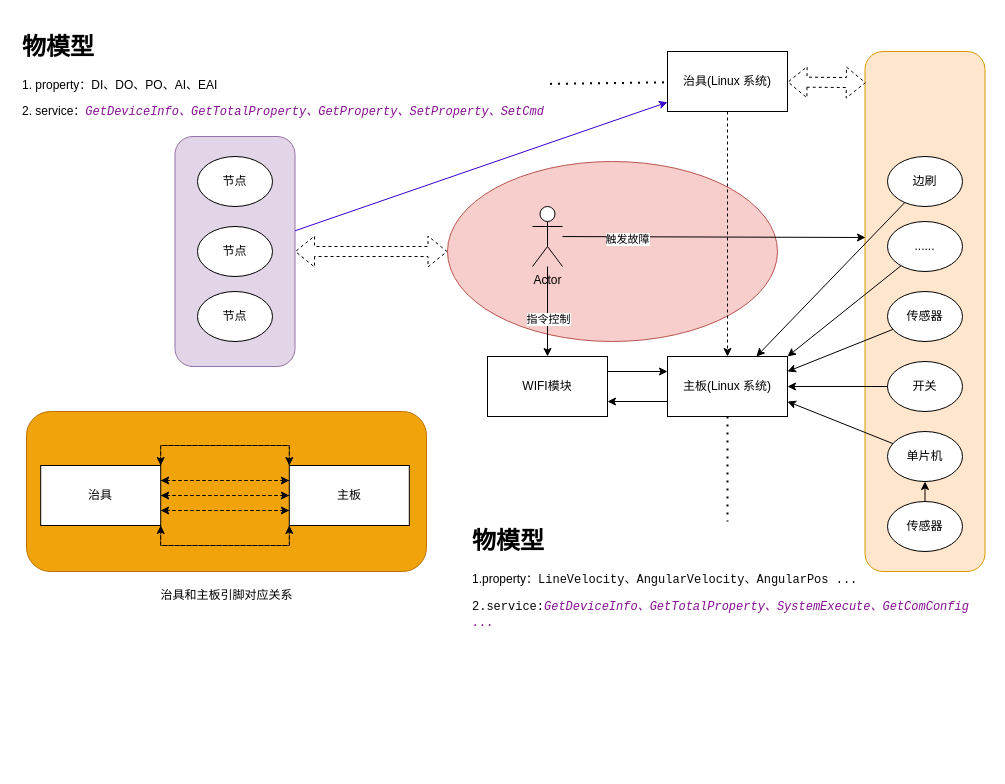
The draw.io diagram 主板检流程.drawio in Grapeskin/draw-warehouse, before the edit. Source tidied: cells renumbered, new cells numbered last; positions are measured from the earlier drawing's top-left corner, leaving out a move shared by most shapes. Both pictures are drawn from the tidied source at 100%, with x=0, y=0 at pixel (17, 27).
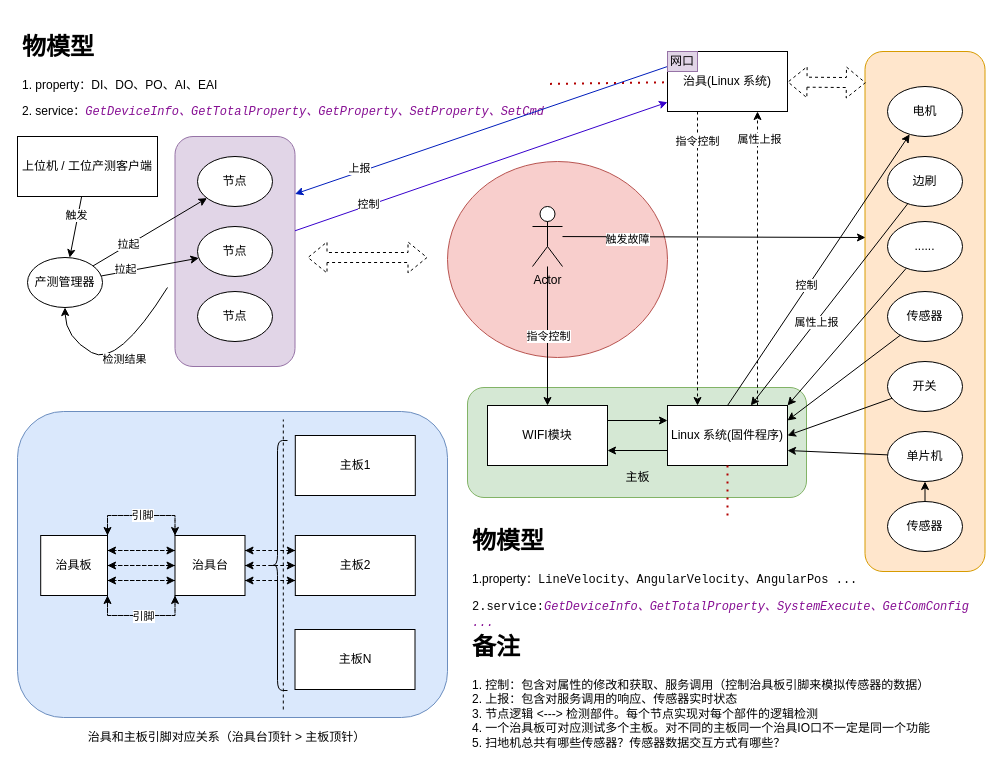
The same page after the edit.

Commit message:
feat: 主板检流程梳理

The change refers to these unchanged cells:
```xml
<mxCell id="3" style="rounded=1;whiteSpace=wrap;html=1;fillColor=#e1d5e7;strokeColor=#9673a6;" parent="1" vertex="1">
  <mxGeometry x="157.5" y="109" width="120" height="230" as="geometry" />
</mxCell>
<mxCell id="8" value="治具(Linux 系统)" style="rounded=0;whiteSpace=wrap;html=1;" parent="1" vertex="1">
  <mxGeometry x="650" y="24" width="120" height="60" as="geometry" />
</mxCell>
<mxCell id="9" value="节点" style="ellipse;whiteSpace=wrap;html=1;" parent="1" vertex="1">
  <mxGeometry x="180" y="129" width="75" height="50" as="geometry" />
</mxCell>
<mxCell id="10" value="节点" style="ellipse;whiteSpace=wrap;html=1;" parent="1" vertex="1">
  <mxGeometry x="180" y="199" width="75" height="50" as="geometry" />
</mxCell>
<mxCell id="12" value="&lt;h1&gt;物模型&lt;/h1&gt;&lt;p&gt;1. property：DI、DO、PO、AI、EAI&lt;/p&gt;&lt;p&gt;2. service：&lt;span style=&quot;color: rgb(135 , 16 , 148) ; font-style: italic ; background-color: rgb(255 , 255 , 255) ; font-family: &amp;#34;jetbrains mono&amp;#34; , monospace ; font-size: 9pt&quot;&gt;GetDeviceInfo、&lt;/span&gt;&lt;span style=&quot;color: rgb(135 , 16 , 148) ; font-style: italic ; background-color: rgb(255 , 255 , 255) ; font-family: &amp;#34;jetbrains mono&amp;#34; , monospace ; font-size: 9pt&quot;&gt;GetTotalProperty、&lt;/span&gt;&lt;span style=&quot;color: rgb(135 , 16 , 148) ; font-style: italic ; background-color: rgb(255 , 255 , 255) ; font-family: &amp;#34;jetbrains mono&amp;#34; , monospace ; font-size: 9pt&quot;&gt;GetProperty、&lt;/span&gt;&lt;span style=&quot;color: rgb(135 , 16 , 148) ; font-style: italic ; background-color: rgb(255 , 255 , 255) ; font-family: &amp;#34;jetbrains mono&amp;#34; , monospace ; font-size: 9pt&quot;&gt;SetProperty、&lt;/span&gt;&lt;span style=&quot;color: rgb(135 , 16 , 148) ; font-style: italic ; background-color: rgb(255 , 255 , 255) ; font-family: &amp;#34;jetbrains mono&amp;#34; , monospace ; font-size: 9pt&quot;&gt;SetCmd&lt;/span&gt;&lt;/p&gt;" style="text;html=1;strokeColor=none;fillColor=none;spacing=5;spacingTop=-20;whiteSpace=wrap;overflow=hidden;rounded=0;" parent="1" vertex="1">
  <mxGeometry width="532.5" height="120" as="geometry" />
</mxCell>
<mxCell id="14" value="&lt;h1&gt;物模型&lt;/h1&gt;&lt;p&gt;1.property：&lt;span style=&quot;background-color: rgb(255 , 255 , 255) ; color: rgb(8 , 8 , 8) ; font-family: &amp;#34;jetbrains mono&amp;#34; , monospace ; font-size: 9pt&quot;&gt;LineVelocity、&lt;/span&gt;&lt;span style=&quot;background-color: rgb(255 , 255 , 255) ; color: rgb(8 , 8 , 8) ; font-family: &amp;#34;jetbrains mono&amp;#34; , monospace ; font-size: 9pt&quot;&gt;AngularVelocity、&lt;/span&gt;&lt;span style=&quot;background-color: rgb(255 , 255 , 255) ; color: rgb(8 , 8 , 8) ; font-family: &amp;#34;jetbrains mono&amp;#34; , monospace ; font-size: 9pt&quot;&gt;AngularPos ...&lt;/span&gt;&lt;/p&gt;&lt;p&gt;&lt;span style=&quot;background-color: rgb(255 , 255 , 255) ; color: rgb(8 , 8 , 8) ; font-family: &amp;#34;jetbrains mono&amp;#34; , monospace ; font-size: 9pt&quot;&gt;2.service:&lt;/span&gt;&lt;span style=&quot;color: rgb(135 , 16 , 148) ; font-style: italic ; background-color: rgb(255 , 255 , 255) ; font-family: &amp;#34;jetbrains mono&amp;#34; , monospace ; font-size: 9pt&quot;&gt;GetDeviceInfo、&lt;/span&gt;&lt;span style=&quot;color: rgb(135 , 16 , 148) ; font-style: italic ; background-color: rgb(255 , 255 , 255) ; font-family: &amp;#34;jetbrains mono&amp;#34; , monospace ; font-size: 9pt&quot;&gt;GetTotalProperty、&lt;/span&gt;&lt;span style=&quot;color: rgb(135 , 16 , 148) ; font-style: italic ; background-color: rgb(255 , 255 , 255) ; font-family: &amp;#34;jetbrains mono&amp;#34; , monospace ; font-size: 9pt&quot;&gt;SystemExecute、&lt;/span&gt;&lt;span style=&quot;color: rgb(135 , 16 , 148) ; font-style: italic ; background-color: rgb(255 , 255 , 255) ; font-family: &amp;#34;jetbrains mono&amp;#34; , monospace ; font-size: 9pt&quot;&gt;GetComConfig ...&lt;/span&gt;&lt;/p&gt;" style="text;html=1;strokeColor=none;fillColor=none;spacing=5;spacingTop=-20;whiteSpace=wrap;overflow=hidden;rounded=0;" parent="1" vertex="1">
  <mxGeometry x="450" y="494" width="520" height="120" as="geometry" />
</mxCell>
<mxCell id="21" style="endArrow=classic;html=1;" parent="1" edge="1" source="18" target="7">
  <mxGeometry relative="1" as="geometry" />
</mxCell>
<mxCell id="38" style="endArrow=classic;html=1;fillColor=#6a00ff;strokeColor=#3700CC;" parent="1" edge="1" source="3" target="8">
  <mxGeometry relative="1" as="geometry" />
</mxCell>
<mxCell id="48" style="edgeStyle=orthogonalEdgeStyle;rounded=0;jettySize=auto;html=1;exitX=0;exitY=0;exitDx=0;exitDy=0;entryX=1;entryY=0;entryDx=0;entryDy=0;dashed=1;" parent="1" edge="1" source="50" target="44">
  <mxGeometry relative="1" as="geometry" />
</mxCell>
<mxCell id="49" style="edgeStyle=orthogonalEdgeStyle;rounded=0;jettySize=auto;html=1;exitX=0;exitY=1;exitDx=0;exitDy=0;entryX=1;entryY=1;entryDx=0;entryDy=0;dashed=1;" parent="1" edge="1" source="50" target="44">
  <mxGeometry relative="1" as="geometry" />
</mxCell>
```

What changed in the source:
```diff
@@
+    <mxCell id="52" style="rounded=1;whiteSpace=wrap;html=1;fillColor=#d5e8d4;strokeColor=#82b366;" parent="1" vertex="1">
+      <mxGeometry x="450" y="360" width="339" height="110" as="geometry" />
+    </mxCell>
-    <mxCell id="2" style="rounded=1;whiteSpace=wrap;html=1;fillColor=#f0a30a;strokeColor=#BD7000;fontColor=#000000;" parent="1" vertex="1">
-      <mxGeometry x="9" y="384" width="400" height="160" as="geometry" />
+    <mxCell id="2" style="rounded=1;whiteSpace=wrap;html=1;fillColor=#dae8fc;strokeColor=#6c8ebf;" parent="1" vertex="1">
+      <mxGeometry y="384" width="430" height="306" as="geometry" />
     </mxCell>
@@
     <mxCell id="4" style="ellipse;whiteSpace=wrap;html=1;fillColor=#f8cecc;strokeColor=#b85450;" parent="1" vertex="1">
-      <mxGeometry x="430" y="134" width="330" height="180" as="geometry" />
+      <mxGeometry x="430" y="134" width="220" height="196" as="geometry" />
     </mxCell>
@@
+    <mxCell id="53" style="edgeStyle=orthogonalEdgeStyle;rounded=0;jettySize=auto;html=1;exitX=0.75;exitY=0;exitDx=0;exitDy=0;entryX=0.75;entryY=1;entryDx=0;entryDy=0;dashed=1;" parent="1" edge="1" source="7" target="8">
+      <mxGeometry relative="1" as="geometry" />
+    </mxCell>
+    <mxCell id="54" value="属性上报" style="edgeLabel;html=1;align=center;verticalAlign=middle;" parent="53" vertex="1">
+      <mxGeometry x="0.82" y="-1" relative="1" as="geometry">
+        <mxPoint y="1" as="offset" />
+      </mxGeometry>
+    </mxCell>
-    <mxCell id="7" value="主板(Linux 系统)" style="rounded=0;whiteSpace=wrap;html=1;" parent="1" vertex="1">
-      <mxGeometry x="650" y="329" width="120" height="60" as="geometry" />
+    <mxCell id="7" value="Linux 系统(固件程序)" style="rounded=0;whiteSpace=wrap;html=1;" parent="1" vertex="1">
+      <mxGeometry x="650" y="378" width="120" height="60" as="geometry" />
     </mxCell>
@@
-    <mxCell id="13" style="endArrow=none;dashed=1;html=1;dashPattern=1 3;strokeWidth=2;" parent="1" edge="1" source="12" target="8">
+    <mxCell id="13" style="endArrow=none;dashed=1;html=1;dashPattern=1 3;strokeWidth=2;fillColor=#e51400;strokeColor=#B20000;" parent="1" edge="1" source="12" target="8">
       <mxGeometry relative="1" as="geometry" />
     </mxCell>
@@
-    <mxCell id="15" style="endArrow=none;dashed=1;html=1;dashPattern=1 3;strokeWidth=2;" parent="1" edge="1" source="7" target="14">
+    <mxCell id="15" style="endArrow=none;dashed=1;html=1;dashPattern=1 3;strokeWidth=2;fillColor=#e51400;strokeColor=#B20000;" parent="1" edge="1" source="7" target="14">
       <mxGeometry relative="1" as="geometry" />
     </mxCell>
@@
+    <mxCell id="55" value="属性上报" style="edgeLabel;html=1;align=center;verticalAlign=middle;" parent="21" vertex="1">
+      <mxGeometry x="0.17" relative="1" as="geometry" />
+    </mxCell>
@@
     <mxCell id="23" value="WIFI模块" style="rounded=0;whiteSpace=wrap;html=1;" parent="1" vertex="1">
-      <mxGeometry x="470" y="329" width="120" height="60" as="geometry" />
+      <mxGeometry x="470" y="378" width="120" height="60" as="geometry" />
     </mxCell>
@@
-    <mxCell id="36" style="endArrow=classic;html=1;dashed=1;" parent="1" edge="1" source="8" target="7">
+    <mxCell id="36" style="endArrow=classic;html=1;dashed=1;exitX=0.25;exitY=1;exitDx=0;exitDy=0;entryX=0.25;entryY=0;entryDx=0;entryDy=0;" parent="1" edge="1" source="8" target="7">
       <mxGeometry relative="1" as="geometry" />
     </mxCell>
+    <mxCell id="56" value="指令控制" style="edgeLabel;html=1;align=center;verticalAlign=middle;" parent="36" vertex="1">
+      <mxGeometry x="-0.8" y="-1" relative="1" as="geometry" />
+    </mxCell>
-    <mxCell id="37" style="shape=flexArrow;endArrow=classic;startArrow=classic;html=1;dashed=1;" parent="1" edge="1" source="3" target="4">
-      <mxGeometry relative="1" as="geometry" />
+    <mxCell id="37" style="shape=flexArrow;endArrow=classic;startArrow=classic;html=1;dashed=1;" parent="1" edge="1">
+      <mxGeometry relative="1" as="geometry">
+        <mxPoint x="290" y="230" as="sourcePoint" />
+        <mxPoint x="410" y="230" as="targetPoint" />
+      </mxGeometry>
     </mxCell>
@@
+    <mxCell id="57" value="控制" style="edgeLabel;html=1;align=center;verticalAlign=middle;" parent="38" vertex="1">
+      <mxGeometry x="-0.6" y="1" relative="1" as="geometry">
+        <mxPoint x="-1" as="offset" />
+      </mxGeometry>
+    </mxCell>
@@
-    <mxCell id="44" value="治具" style="rounded=0;whiteSpace=wrap;html=1;" parent="1" vertex="1">
-      <mxGeometry x="23.2" y="438" width="120" height="60" as="geometry" />
+    <mxCell id="44" value="治具板" style="rounded=0;whiteSpace=wrap;html=1;" parent="1" vertex="1">
+      <mxGeometry x="23.2" y="508" width="66.8" height="60" as="geometry" />
     </mxCell>
@@
+    <mxCell id="58" value="引脚" style="edgeLabel;html=1;align=center;verticalAlign=middle;" parent="48" vertex="1">
+      <mxGeometry x="0.05" y="-1" relative="1" as="geometry">
+        <mxPoint x="3" as="offset" />
+      </mxGeometry>
+    </mxCell>
@@
+    <mxCell id="59" value="引脚" style="edgeLabel;html=1;align=center;verticalAlign=middle;" parent="49" vertex="1">
+      <mxGeometry x="-0.03" relative="1" as="geometry" />
+    </mxCell>
+    <mxCell id="60" style="edgeStyle=orthogonalEdgeStyle;rounded=0;jettySize=auto;html=1;exitX=1;exitY=0.25;exitDx=0;exitDy=0;entryX=0;entryY=0.25;entryDx=0;entryDy=0;dashed=1;" parent="1" edge="1" source="50" target="84">
+      <mxGeometry relative="1" as="geometry" />
+    </mxCell>
+    <mxCell id="61" style="edgeStyle=orthogonalEdgeStyle;rounded=0;jettySize=auto;html=1;exitX=1;exitY=0.5;exitDx=0;exitDy=0;entryX=0;entryY=0.5;entryDx=0;entryDy=0;dashed=1;" parent="1" edge="1" source="50" target="84">
+      <mxGeometry relative="1" as="geometry" />
+    </mxCell>
+    <mxCell id="62" style="edgeStyle=orthogonalEdgeStyle;rounded=0;jettySize=auto;html=1;exitX=1;exitY=0.75;exitDx=0;exitDy=0;entryX=0;entryY=0.75;entryDx=0;entryDy=0;dashed=1;" parent="1" edge="1" source="50" target="84">
+      <mxGeometry relative="1" as="geometry" />
+    </mxCell>
-    <mxCell id="50" value="主板" style="rounded=0;whiteSpace=wrap;html=1;" parent="1" vertex="1">
-      <mxGeometry x="271.8" y="438" width="120" height="60" as="geometry" />
+    <mxCell id="50" value="治具台" style="rounded=0;whiteSpace=wrap;html=1;" parent="1" vertex="1">
+      <mxGeometry x="157.5" y="508" width="70" height="60" as="geometry" />
     </mxCell>
-    <mxCell id="51" value="治具和主板引脚对应关系" style="text;html=1;align=center;verticalAlign=middle;strokeColor=none;" parent="1" vertex="1">
-      <mxGeometry x="134" y="558" width="150" height="20" as="geometry" />
+    <mxCell id="51" value="治具和主板引脚对应关系（治具台顶针 &amp;gt; 主板顶针）" style="text;html=1;align=center;verticalAlign=middle;strokeColor=none;" parent="1" vertex="1">
+      <mxGeometry x="64" y="700" width="290" height="20" as="geometry" />
     </mxCell>
+    <mxCell id="63" value="主板" style="text;html=1;align=center;verticalAlign=middle;strokeColor=none;" parent="1" vertex="1">
+      <mxGeometry x="599.5" y="440" width="40" height="20" as="geometry" />
+    </mxCell>
+    <mxCell id="64" value="电机" style="ellipse;whiteSpace=wrap;html=1;" parent="1" vertex="1">
+      <mxGeometry x="870" y="59" width="75" height="50" as="geometry" />
+    </mxCell>
+    <mxCell id="65" style="endArrow=classic;html=1;exitX=0.5;exitY=0;exitDx=0;exitDy=0;" parent="1" edge="1" source="7" target="64">
+      <mxGeometry relative="1" as="geometry" />
+    </mxCell>
+    <mxCell id="66" value="控制" style="edgeLabel;html=1;align=center;verticalAlign=middle;" parent="65" vertex="1">
+      <mxGeometry x="-0.12" y="2" relative="1" as="geometry" />
+    </mxCell>
+    <mxCell id="67" style="endArrow=classic;html=1;exitX=0;exitY=0.25;exitDx=0;exitDy=0;entryX=1;entryY=0.25;entryDx=0;entryDy=0;fillColor=#0050ef;strokeColor=#001DBC;" parent="1" edge="1" source="8" target="3">
+      <mxGeometry relative="1" as="geometry" />
+    </mxCell>
+    <mxCell id="68" value="上报" style="edgeLabel;html=1;align=center;verticalAlign=middle;" parent="67" vertex="1">
+      <mxGeometry x="0.65" y="-4" relative="1" as="geometry" />
+    </mxCell>
+    <mxCell id="69" value="产测管理器" style="ellipse;whiteSpace=wrap;html=1;" parent="1" vertex="1">
+      <mxGeometry x="10" y="230" width="75" height="50" as="geometry" />
+    </mxCell>
+    <mxCell id="70" style="endArrow=classic;html=1;" parent="1" edge="1" source="69" target="9">
+      <mxGeometry relative="1" as="geometry" />
+    </mxCell>
+    <mxCell id="71" value="拉起" style="edgeLabel;html=1;align=center;verticalAlign=middle;" parent="70" vertex="1">
+      <mxGeometry x="-0.38" y="1" relative="1" as="geometry" />
+    </mxCell>
+    <mxCell id="72" style="endArrow=classic;html=1;" parent="1" edge="1" source="69" target="10">
+      <mxGeometry relative="1" as="geometry" />
+    </mxCell>
+    <mxCell id="73" value="拉起" style="edgeLabel;html=1;align=center;verticalAlign=middle;" parent="72" vertex="1">
+      <mxGeometry x="-0.49" y="3" relative="1" as="geometry" />
+    </mxCell>
+    <mxCell id="74" style="curved=1;endArrow=classic;html=1;" parent="1" edge="1" target="69">
+      <mxGeometry relative="1" as="geometry">
+        <mxPoint x="150" y="260" as="sourcePoint" />
+        <Array as="points">
+          <mxPoint x="100" y="340" />
+          <mxPoint x="48" y="310" />
+        </Array>
+      </mxGeometry>
+    </mxCell>
+    <mxCell id="75" value="检测结果" style="edgeLabel;html=1;align=center;verticalAlign=middle;" parent="74" vertex="1">
+      <mxGeometry x="0.01" y="-13" relative="1" as="geometry">
+        <mxPoint x="17" as="offset" />
+      </mxGeometry>
+    </mxCell>
+    <mxCell id="76" value="&lt;h1&gt;备注&lt;/h1&gt;&lt;div&gt;1. 控制：包含对属性的修改和获取、服务调用（控制治具板引脚来模拟传感器的数据）&lt;/div&gt;&lt;div&gt;2. 上报：包含对服务调用的响应、传感器实时状态&lt;/div&gt;&lt;div&gt;3. 节点逻辑 &amp;lt;---&amp;gt; 检测部件。每个节点实现对每个部件的逻辑检测&lt;/div&gt;&lt;div&gt;4. 一个治具板可对应测试多个主板。对不同的主板同一个治具IO口不一定是同一个功能&lt;/div&gt;&lt;div&gt;5. 扫地机总共有哪些传感器？传感器数据交互方式有哪些？&lt;/div&gt;" style="text;html=1;strokeColor=none;fillColor=none;spacing=5;spacingTop=-20;whiteSpace=wrap;overflow=hidden;rounded=0;" parent="1" vertex="1">
+      <mxGeometry x="450" y="600" width="520" height="140" as="geometry" />
+    </mxCell>
+    <mxCell id="77" value="上位机 / 工位产测客户端" style="rounded=0;whiteSpace=wrap;html=1;" parent="1" vertex="1">
+      <mxGeometry y="109" width="140" height="60" as="geometry" />
+    </mxCell>
+    <mxCell id="78" style="endArrow=classic;html=1;" parent="1" edge="1" source="77" target="69">
+      <mxGeometry relative="1" as="geometry" />
+    </mxCell>
+    <mxCell id="79" value="触发" style="edgeLabel;html=1;align=center;verticalAlign=middle;" parent="78" vertex="1">
+      <mxGeometry x="-0.4" y="-2" relative="1" as="geometry" />
+    </mxCell>
+    <mxCell id="80" value="主板N" style="rounded=0;whiteSpace=wrap;html=1;" parent="1" vertex="1">
+      <mxGeometry x="277.5" y="602" width="120" height="60" as="geometry" />
+    </mxCell>
+    <mxCell id="81" style="edgeStyle=orthogonalEdgeStyle;rounded=0;jettySize=auto;html=1;exitX=0;exitY=0.25;exitDx=0;exitDy=0;entryX=1;entryY=0.25;entryDx=0;entryDy=0;dashed=1;" parent="1" edge="1" source="84" target="50">
+      <mxGeometry relative="1" as="geometry" />
+    </mxCell>
+    <mxCell id="82" style="edgeStyle=orthogonalEdgeStyle;rounded=0;jettySize=auto;html=1;exitX=0;exitY=0.75;exitDx=0;exitDy=0;entryX=1;entryY=0.75;entryDx=0;entryDy=0;dashed=1;" parent="1" edge="1" source="84" target="50">
+      <mxGeometry relative="1" as="geometry" />
+    </mxCell>
+    <mxCell id="83" style="edgeStyle=orthogonalEdgeStyle;rounded=0;jettySize=auto;html=1;exitX=0;exitY=0.5;exitDx=0;exitDy=0;entryX=1;entryY=0.5;entryDx=0;entryDy=0;dashed=1;" parent="1" edge="1" source="84" target="50">
+      <mxGeometry relative="1" as="geometry" />
+    </mxCell>
+    <mxCell id="84" value="主板2" style="rounded=0;whiteSpace=wrap;html=1;" parent="1" vertex="1">
+      <mxGeometry x="277.8" y="508" width="120" height="60" as="geometry" />
+    </mxCell>
+    <mxCell id="85" style="endArrow=none;dashed=1;html=1;" parent="1" edge="1">
+      <mxGeometry relative="1" as="geometry">
+        <mxPoint x="265.8" y="682" as="sourcePoint" />
+        <mxPoint x="265.8" y="392" as="targetPoint" />
+      </mxGeometry>
+    </mxCell>
+    <mxCell id="86" style="shape=curlyBracket;whiteSpace=wrap;html=1;rounded=1;" parent="1" vertex="1">
+      <mxGeometry x="250" y="413" width="20" height="250" as="geometry" />
+    </mxCell>
+    <mxCell id="87" value="主板1" style="rounded=0;whiteSpace=wrap;html=1;" parent="1" vertex="1">
+      <mxGeometry x="277.8" y="408" width="120" height="60" as="geometry" />
+    </mxCell>
+    <mxCell id="88" value="网口" style="rounded=0;whiteSpace=wrap;html=1;fillColor=#e1d5e7;strokeColor=#9673a6;" parent="1" vertex="1">
+      <mxGeometry x="650" y="24" width="30" height="20" as="geometry" />
+    </mxCell>
```
